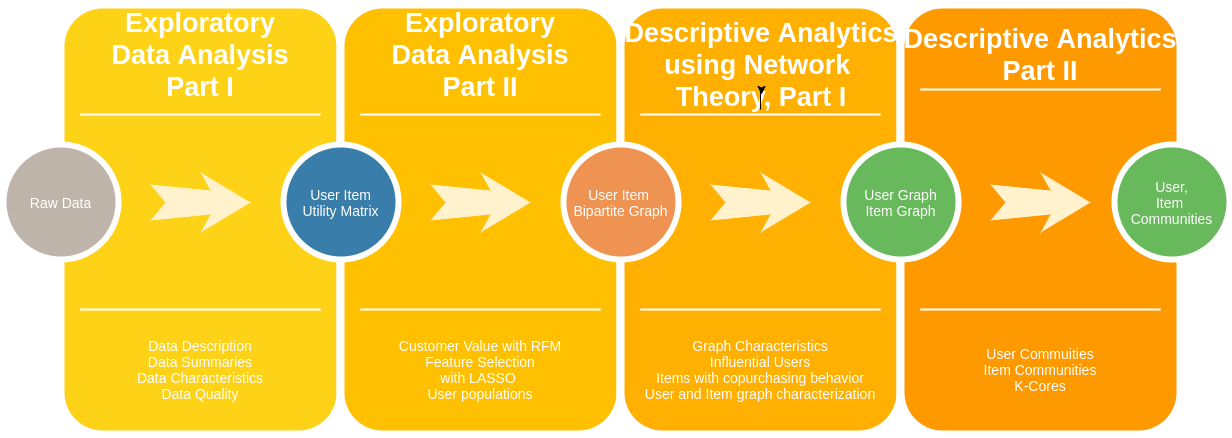
Before: notebooks/img/analysis_methodology.png, a diagram exported from draw.io (arangodb/interactive_tutorials). Source tidied: cells renumbered, new cells last; positions are measured from the earlier drawing's top-left corner, leaving out a move shared by most shapes. Source of this version:
```xml
<mxGraphModel background="#ffffff">
  <root>
    <mxCell id="0" />
    <mxCell id="1" parent="0" />
    <mxCell id="2" style="whiteSpace=wrap;html=1;rounded=1;shadow=0;strokeWidth=8;fontSize=20;align=center;fillColor=#FED217;strokeColor=#FFFFFF;" parent="1" vertex="1">
      <mxGeometry x="57" width="280" height="430" as="geometry" />
    </mxCell>
    <mxCell id="3" value="Exploratory&lt;br&gt;Data Analysis&lt;br&gt;Part I" style="text;html=1;strokeColor=none;fillColor=none;align=center;verticalAlign=middle;whiteSpace=wrap;rounded=0;shadow=0;fontSize=27;fontColor=#FFFFFF;fontStyle=1;" parent="1" vertex="1">
      <mxGeometry x="57" y="20" width="280" height="60" as="geometry" />
    </mxCell>
    <mxCell id="4" value="Data Description&lt;div&gt;Data Summaries&lt;/div&gt;&lt;div&gt;Data Characteristics&lt;/div&gt;&lt;div&gt;Data Quality&lt;/div&gt;" style="text;html=1;strokeColor=none;fillColor=none;align=center;verticalAlign=middle;whiteSpace=wrap;rounded=0;shadow=0;fontSize=14;fontColor=#FFFFFF;" parent="1" vertex="1">
      <mxGeometry x="57" y="320" width="280" height="90" as="geometry" />
    </mxCell>
    <mxCell id="5" style="line;strokeWidth=2;html=1;rounded=0;shadow=0;fontSize=27;align=center;fillColor=none;strokeColor=#FFFFFF;" parent="1" vertex="1">
      <mxGeometry x="77" y="105" width="240" height="10" as="geometry" />
    </mxCell>
    <mxCell id="6" style="line;strokeWidth=2;html=1;rounded=0;shadow=0;fontSize=27;align=center;fillColor=none;strokeColor=#FFFFFF;" parent="1" vertex="1">
      <mxGeometry x="77" y="300" width="240" height="10" as="geometry" />
    </mxCell>
    <mxCell id="7" value="Raw Data" style="ellipse;whiteSpace=wrap;html=1;rounded=0;shadow=0;strokeWidth=6;fontSize=14;align=center;fillColor=#BFB4A9;strokeColor=#FFFFFF;fontColor=#FFFFFF;" parent="1" vertex="1">
      <mxGeometry y="140" width="115" height="115" as="geometry" />
    </mxCell>
    <mxCell id="8" style="html=1;shadow=0;dashed=0;align=center;verticalAlign=middle;shape=mxgraph.arrows2.stylisedArrow;dy=0.6;dx=40;notch=15;feather=0.4;rounded=0;strokeWidth=1;fontSize=27;strokeColor=none;fillColor=#fff2cc;" parent="1" vertex="1">
      <mxGeometry x="147" y="168" width="100" height="60" as="geometry" />
    </mxCell>
    <mxCell id="9" style="whiteSpace=wrap;html=1;rounded=1;shadow=0;strokeWidth=8;fontSize=20;align=center;fillColor=#FFC001;strokeColor=#FFFFFF;" parent="1" vertex="1">
      <mxGeometry x="337" width="280" height="430" as="geometry" />
    </mxCell>
    <mxCell id="10" value="Exploratory&lt;br&gt;Data Analysis&lt;br&gt;Part II" style="text;html=1;strokeColor=none;fillColor=none;align=center;verticalAlign=middle;whiteSpace=wrap;rounded=0;shadow=0;fontSize=27;fontColor=#FFFFFF;fontStyle=1;" parent="1" vertex="1">
      <mxGeometry x="337" y="20" width="280" height="60" as="geometry" />
    </mxCell>
    <mxCell id="11" value="Customer Value with RFM&lt;br&gt;Feature Selection&lt;br&gt;with LASSO &lt;br&gt;User populations" style="text;html=1;strokeColor=none;fillColor=none;align=center;verticalAlign=middle;whiteSpace=wrap;rounded=0;shadow=0;fontSize=14;fontColor=#FFFFFF;" parent="1" vertex="1">
      <mxGeometry x="337" y="320" width="280" height="90" as="geometry" />
    </mxCell>
    <mxCell id="12" style="line;strokeWidth=2;html=1;rounded=0;shadow=0;fontSize=27;align=center;fillColor=none;strokeColor=#FFFFFF;" parent="1" vertex="1">
      <mxGeometry x="357" y="105" width="240" height="10" as="geometry" />
    </mxCell>
    <mxCell id="13" style="line;strokeWidth=2;html=1;rounded=0;shadow=0;fontSize=27;align=center;fillColor=none;strokeColor=#FFFFFF;" parent="1" vertex="1">
      <mxGeometry x="357" y="300" width="240" height="10" as="geometry" />
    </mxCell>
    <mxCell id="14" value="User Item&lt;br&gt;Utility Matrix" style="ellipse;whiteSpace=wrap;html=1;rounded=0;shadow=0;strokeWidth=6;fontSize=14;align=center;fillColor=#397DAA;strokeColor=#FFFFFF;fontColor=#FFFFFF;" parent="1" vertex="1">
      <mxGeometry x="280" y="140" width="115" height="115" as="geometry" />
    </mxCell>
    <mxCell id="15" style="html=1;shadow=0;dashed=0;align=center;verticalAlign=middle;shape=mxgraph.arrows2.stylisedArrow;dy=0.6;dx=40;notch=15;feather=0.4;rounded=0;strokeWidth=1;fontSize=27;strokeColor=none;fillColor=#fff2cc;" parent="1" vertex="1">
      <mxGeometry x="427" y="168" width="100" height="60" as="geometry" />
    </mxCell>
    <mxCell id="16" style="whiteSpace=wrap;html=1;rounded=1;shadow=0;strokeWidth=8;fontSize=20;align=center;fillColor=#FFB001;strokeColor=#FFFFFF;" parent="1" vertex="1">
      <mxGeometry x="617" width="280" height="430" as="geometry" />
    </mxCell>
    <mxCell id="17" value="Descriptive Analytics using Network&amp;nbsp;&lt;br&gt;Theory, Part I" style="text;html=1;strokeColor=none;fillColor=none;align=center;verticalAlign=middle;whiteSpace=wrap;rounded=0;shadow=0;fontSize=27;fontColor=#FFFFFF;fontStyle=1;" parent="1" vertex="1">
      <mxGeometry x="618" y="30" width="280" height="60" as="geometry" />
    </mxCell>
    <mxCell id="18" value="&lt;div&gt;Graph Characteristics&lt;/div&gt;&lt;div&gt;Influential Users&lt;/div&gt;&lt;div&gt;Items with copurchasing behavior&lt;/div&gt;&lt;div&gt;User and Item graph characterization&lt;/div&gt;" style="text;html=1;strokeColor=none;fillColor=none;align=center;verticalAlign=middle;whiteSpace=wrap;rounded=0;shadow=0;fontSize=14;fontColor=#FFFFFF;" parent="1" vertex="1">
      <mxGeometry x="617" y="320" width="280" height="90" as="geometry" />
    </mxCell>
    <mxCell id="19" style="edgeStyle=orthogonalEdgeStyle;rounded=0;jettySize=auto;html=1;" parent="1" edge="1" source="20" target="17">
      <mxGeometry relative="1" as="geometry" />
    </mxCell>
    <mxCell id="20" style="line;strokeWidth=2;html=1;rounded=0;shadow=0;fontSize=27;align=center;fillColor=none;strokeColor=#FFFFFF;" parent="1" vertex="1">
      <mxGeometry x="637" y="105" width="240" height="10" as="geometry" />
    </mxCell>
    <mxCell id="21" style="line;strokeWidth=2;html=1;rounded=0;shadow=0;fontSize=27;align=center;fillColor=none;strokeColor=#FFFFFF;" parent="1" vertex="1">
      <mxGeometry x="637" y="300" width="240" height="10" as="geometry" />
    </mxCell>
    <mxCell id="22" value="User Item&amp;nbsp;&lt;br&gt;Bipartite Graph" style="ellipse;whiteSpace=wrap;html=1;rounded=0;shadow=0;strokeWidth=6;fontSize=14;align=center;fillColor=#EF9353;strokeColor=#FFFFFF;fontColor=#FFFFFF;" parent="1" vertex="1">
      <mxGeometry x="560" y="140" width="115" height="115" as="geometry" />
    </mxCell>
    <mxCell id="23" style="html=1;shadow=0;dashed=0;align=center;verticalAlign=middle;shape=mxgraph.arrows2.stylisedArrow;dy=0.6;dx=40;notch=15;feather=0.4;rounded=0;strokeWidth=1;fontSize=27;strokeColor=none;fillColor=#fff2cc;" parent="1" vertex="1">
      <mxGeometry x="707" y="168" width="100" height="60" as="geometry" />
    </mxCell>
    <mxCell id="24" style="whiteSpace=wrap;html=1;rounded=1;shadow=0;strokeWidth=8;fontSize=20;align=center;fillColor=#FE9900;strokeColor=#FFFFFF;" parent="1" vertex="1">
      <mxGeometry x="897" width="280" height="430" as="geometry" />
    </mxCell>
    <mxCell id="25" value="Descriptive Analytics&lt;br&gt;Part II" style="text;html=1;strokeColor=none;fillColor=none;align=center;verticalAlign=middle;whiteSpace=wrap;rounded=0;shadow=0;fontSize=27;fontColor=#FFFFFF;fontStyle=1;" parent="1" vertex="1">
      <mxGeometry x="897" y="20" width="280" height="60" as="geometry" />
    </mxCell>
    <mxCell id="26" value="User Commuities&lt;br&gt;Item Communities&lt;br&gt;K-Cores" style="text;html=1;strokeColor=none;fillColor=none;align=center;verticalAlign=middle;whiteSpace=wrap;rounded=0;shadow=0;fontSize=14;fontColor=#FFFFFF;" parent="1" vertex="1">
      <mxGeometry x="897" y="320" width="280" height="90" as="geometry" />
    </mxCell>
    <mxCell id="27" style="line;strokeWidth=2;html=1;rounded=0;shadow=0;fontSize=27;align=center;fillColor=none;strokeColor=#FFFFFF;" parent="1" vertex="1">
      <mxGeometry x="917" y="80" width="240" height="10" as="geometry" />
    </mxCell>
    <mxCell id="28" style="line;strokeWidth=2;html=1;rounded=0;shadow=0;fontSize=27;align=center;fillColor=none;strokeColor=#FFFFFF;" parent="1" vertex="1">
      <mxGeometry x="917" y="300" width="240" height="10" as="geometry" />
    </mxCell>
    <mxCell id="29" value="User Graph&lt;br&gt;Item Graph" style="ellipse;whiteSpace=wrap;html=1;rounded=0;shadow=0;strokeWidth=6;fontSize=14;align=center;fillColor=#68B85C;strokeColor=#FFFFFF;fontColor=#FFFFFF;" parent="1" vertex="1">
      <mxGeometry x="840" y="140" width="115" height="115" as="geometry" />
    </mxCell>
    <mxCell id="30" style="html=1;shadow=0;dashed=0;align=center;verticalAlign=middle;shape=mxgraph.arrows2.stylisedArrow;dy=0.6;dx=40;notch=15;feather=0.4;rounded=0;strokeWidth=1;fontSize=27;strokeColor=none;fillColor=#fff2cc;" parent="1" vertex="1">
      <mxGeometry x="987" y="168" width="100" height="60" as="geometry" />
    </mxCell>
    <mxCell id="31" value="User,&lt;br&gt;Item&amp;nbsp;&lt;br&gt;Communities" style="ellipse;whiteSpace=wrap;html=1;rounded=0;shadow=0;strokeWidth=6;fontSize=14;align=center;fillColor=#68B85C;strokeColor=#FFFFFF;fontColor=#FFFFFF;" parent="1" vertex="1">
      <mxGeometry x="1111" y="140" width="115" height="115" as="geometry" />
    </mxCell>
  </root>
</mxGraphModel>
```
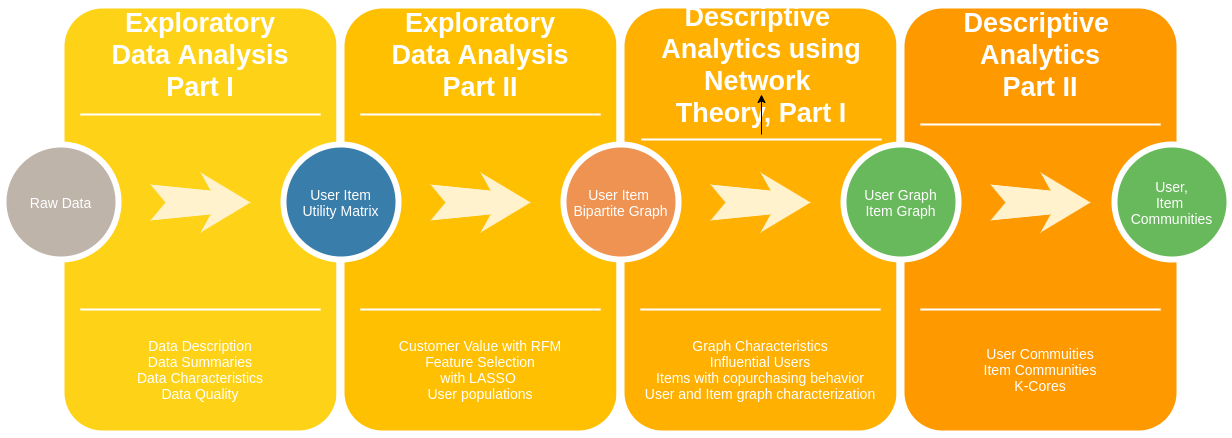
After the change.

Commit message:
Update the process flow schematic.

Change to the diagram source:
```diff
@@ -47,7 +47,7 @@
     <mxCell id="16" style="whiteSpace=wrap;html=1;rounded=1;shadow=0;strokeWidth=8;fontSize=20;align=center;fillColor=#FFB001;strokeColor=#FFFFFF;" parent="1" vertex="1">
       <mxGeometry x="617" width="280" height="430" as="geometry" />
     </mxCell>
-    <mxCell id="17" value="Descriptive Analytics using Network&amp;nbsp;&lt;br&gt;Theory, Part I" style="text;html=1;strokeColor=none;fillColor=none;align=center;verticalAlign=middle;whiteSpace=wrap;rounded=0;shadow=0;fontSize=27;fontColor=#FFFFFF;fontStyle=1;" parent="1" vertex="1">
+    <mxCell id="17" value="Descriptive &lt;br&gt;Analytics using Network&amp;nbsp;&lt;br&gt;Theory, Part I" style="text;html=1;strokeColor=none;fillColor=none;align=center;verticalAlign=middle;whiteSpace=wrap;rounded=0;shadow=0;fontSize=27;fontColor=#FFFFFF;fontStyle=1;" parent="1" vertex="1">
       <mxGeometry x="618" y="30" width="280" height="60" as="geometry" />
     </mxCell>
     <mxCell id="18" value="&lt;div&gt;Graph Characteristics&lt;/div&gt;&lt;div&gt;Influential Users&lt;/div&gt;&lt;div&gt;Items with copurchasing behavior&lt;/div&gt;&lt;div&gt;User and Item graph characterization&lt;/div&gt;" style="text;html=1;strokeColor=none;fillColor=none;align=center;verticalAlign=middle;whiteSpace=wrap;rounded=0;shadow=0;fontSize=14;fontColor=#FFFFFF;" parent="1" vertex="1">
@@ -57,7 +57,7 @@
       <mxGeometry relative="1" as="geometry" />
     </mxCell>
     <mxCell id="20" style="line;strokeWidth=2;html=1;rounded=0;shadow=0;fontSize=27;align=center;fillColor=none;strokeColor=#FFFFFF;" parent="1" vertex="1">
-      <mxGeometry x="637" y="105" width="240" height="10" as="geometry" />
+      <mxGeometry x="638" y="130" width="240" height="10" as="geometry" />
     </mxCell>
     <mxCell id="21" style="line;strokeWidth=2;html=1;rounded=0;shadow=0;fontSize=27;align=center;fillColor=none;strokeColor=#FFFFFF;" parent="1" vertex="1">
       <mxGeometry x="637" y="300" width="240" height="10" as="geometry" />
@@ -71,14 +71,14 @@
     <mxCell id="24" style="whiteSpace=wrap;html=1;rounded=1;shadow=0;strokeWidth=8;fontSize=20;align=center;fillColor=#FE9900;strokeColor=#FFFFFF;" parent="1" vertex="1">
       <mxGeometry x="897" width="280" height="430" as="geometry" />
     </mxCell>
-    <mxCell id="25" value="Descriptive Analytics&lt;br&gt;Part II" style="text;html=1;strokeColor=none;fillColor=none;align=center;verticalAlign=middle;whiteSpace=wrap;rounded=0;shadow=0;fontSize=27;fontColor=#FFFFFF;fontStyle=1;" parent="1" vertex="1">
+    <mxCell id="25" value="Descriptive &lt;br&gt;Analytics&lt;br&gt;Part II" style="text;html=1;strokeColor=none;fillColor=none;align=center;verticalAlign=middle;whiteSpace=wrap;rounded=0;shadow=0;fontSize=27;fontColor=#FFFFFF;fontStyle=1;" parent="1" vertex="1">
       <mxGeometry x="897" y="20" width="280" height="60" as="geometry" />
     </mxCell>
     <mxCell id="26" value="User Commuities&lt;br&gt;Item Communities&lt;br&gt;K-Cores" style="text;html=1;strokeColor=none;fillColor=none;align=center;verticalAlign=middle;whiteSpace=wrap;rounded=0;shadow=0;fontSize=14;fontColor=#FFFFFF;" parent="1" vertex="1">
       <mxGeometry x="897" y="320" width="280" height="90" as="geometry" />
     </mxCell>
     <mxCell id="27" style="line;strokeWidth=2;html=1;rounded=0;shadow=0;fontSize=27;align=center;fillColor=none;strokeColor=#FFFFFF;" parent="1" vertex="1">
-      <mxGeometry x="917" y="80" width="240" height="10" as="geometry" />
+      <mxGeometry x="917" y="115" width="240" height="10" as="geometry" />
     </mxCell>
     <mxCell id="28" style="line;strokeWidth=2;html=1;rounded=0;shadow=0;fontSize=27;align=center;fillColor=none;strokeColor=#FFFFFF;" parent="1" vertex="1">
       <mxGeometry x="917" y="300" width="240" height="10" as="geometry" />
```
